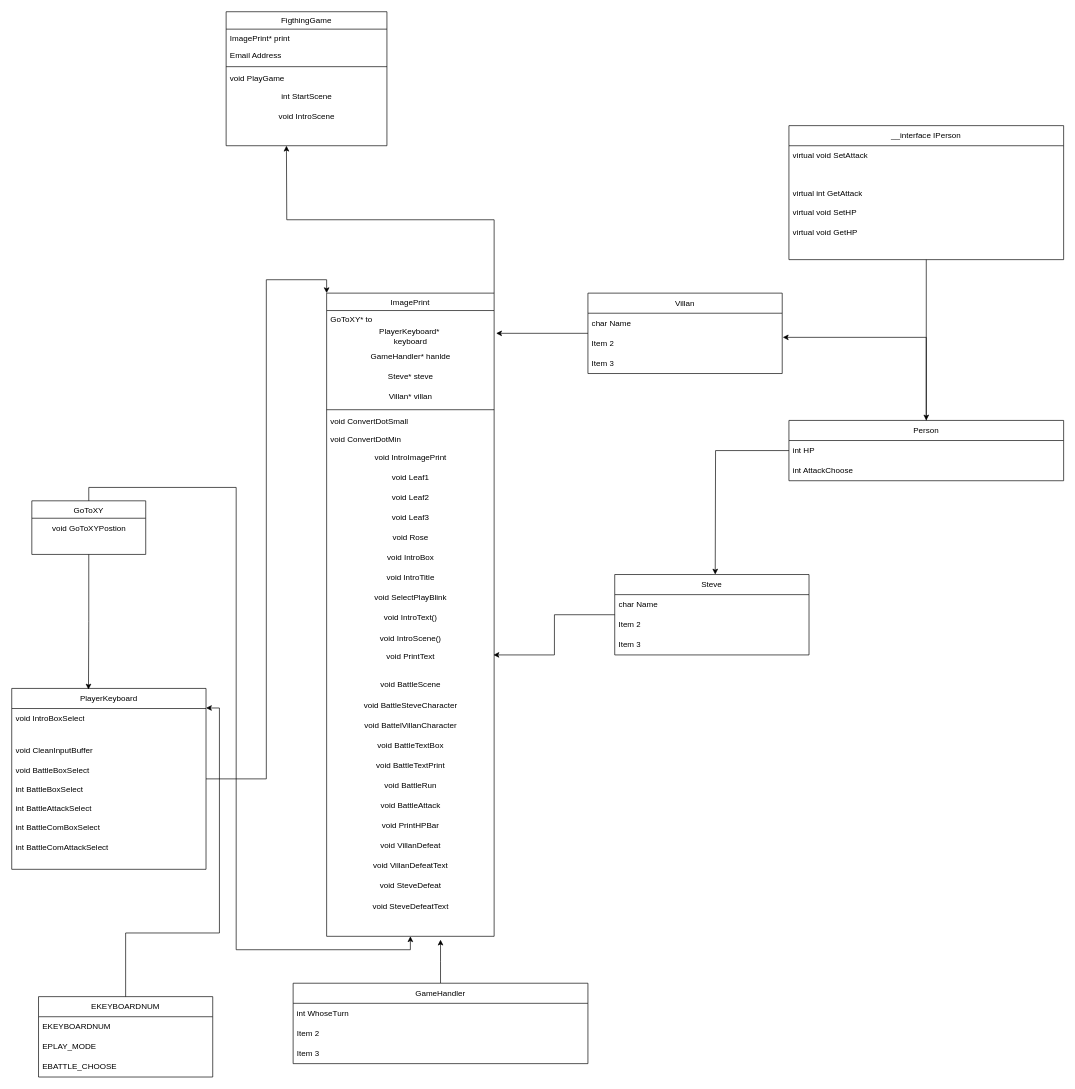
OGYWORLD/KE_BattleHW keeps this draw.io diagram as UML Diagram/MioFratello.drawio. Above is the earlier version. Source tidied: cells renumbered, new cells numbered last; positions are measured from the earlier drawing's top-left corner, leaving out a move shared by most shapes. Both pictures are drawn from the tidied source at 67%, with x=0, y=0 at pixel (11, 11).
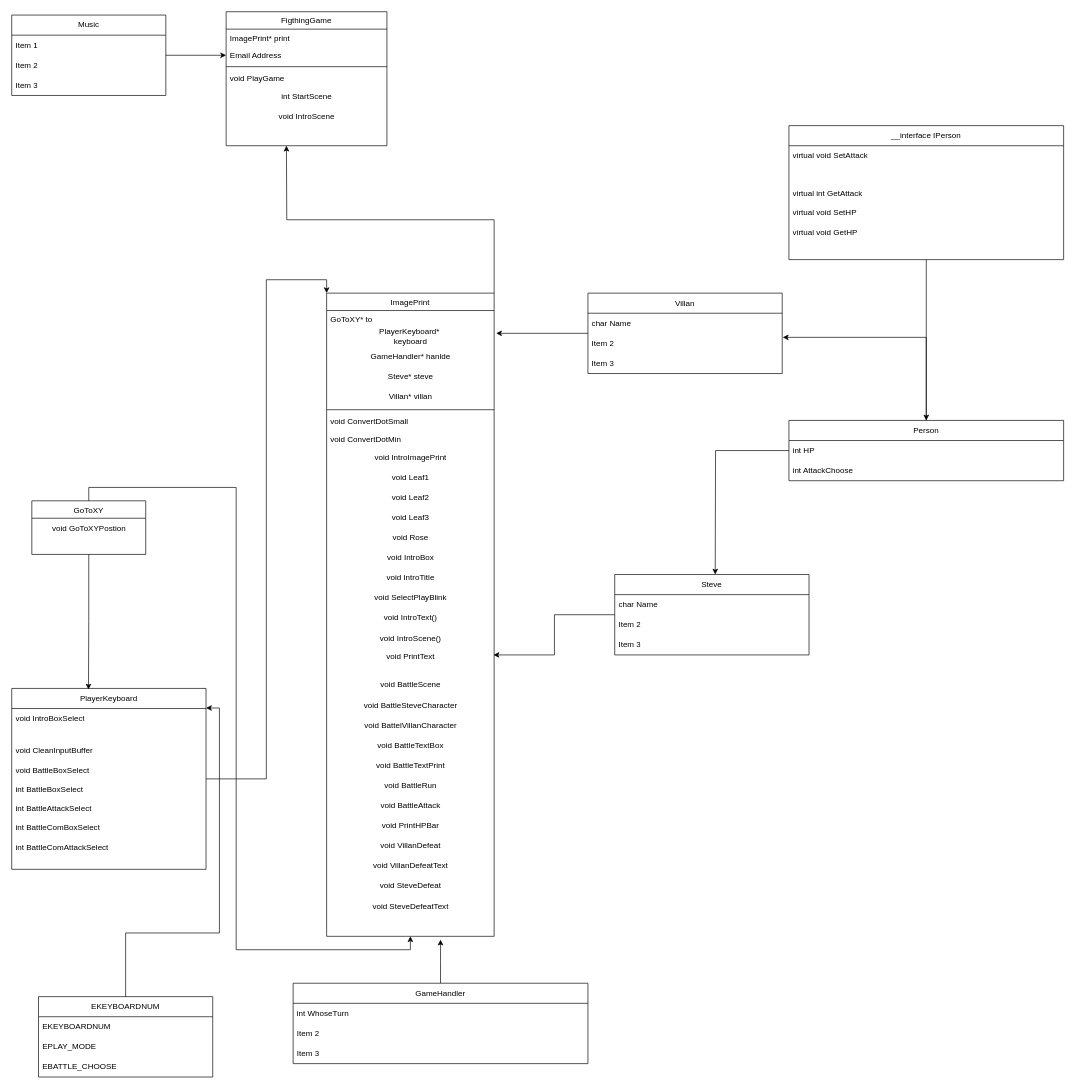
The same page after the edit.

The change refers to these unchanged cells:
```xml
<mxCell id="4" value="Email Address" style="text;align=left;verticalAlign=top;spacingLeft=4;spacingRight=4;overflow=hidden;points=[[0,0.5],[1,0.5]];portConstraint=eastwest;rounded=0;shadow=0;html=0;" parent="2" vertex="1">
  <mxGeometry y="52" width="240" height="26" as="geometry" />
</mxCell>
```

Diff of the diagram source:
```diff
@@
+    <mxCell id="79" style="edgeStyle=orthogonalEdgeStyle;rounded=0;jettySize=auto;html=1;entryX=0;entryY=0.5;entryDx=0;entryDy=0;" parent="1" edge="1" source="80" target="4">
+      <mxGeometry relative="1" as="geometry" />
+    </mxCell>
+    <mxCell id="80" value="Music" style="swimlane;fontStyle=0;horizontal=1;startSize=30;whiteSpace=wrap;html=1;" parent="1" vertex="1">
+      <mxGeometry y="5" width="230" height="120" as="geometry" />
+    </mxCell>
+    <mxCell id="81" value="Item 1" style="text;strokeColor=none;fillColor=none;align=left;verticalAlign=middle;spacingLeft=4;spacingRight=4;overflow=hidden;whiteSpace=wrap;html=1;" parent="80" vertex="1">
+      <mxGeometry y="30" width="230" height="30" as="geometry" />
+    </mxCell>
+    <mxCell id="82" value="Item 2" style="text;strokeColor=none;fillColor=none;align=left;verticalAlign=middle;spacingLeft=4;spacingRight=4;overflow=hidden;whiteSpace=wrap;html=1;" parent="80" vertex="1">
+      <mxGeometry y="60" width="230" height="30" as="geometry" />
+    </mxCell>
+    <mxCell id="83" value="Item 3" style="text;strokeColor=none;fillColor=none;align=left;verticalAlign=middle;spacingLeft=4;spacingRight=4;overflow=hidden;whiteSpace=wrap;html=1;" parent="80" vertex="1">
+      <mxGeometry y="90" width="230" height="30" as="geometry" />
+    </mxCell>
```
